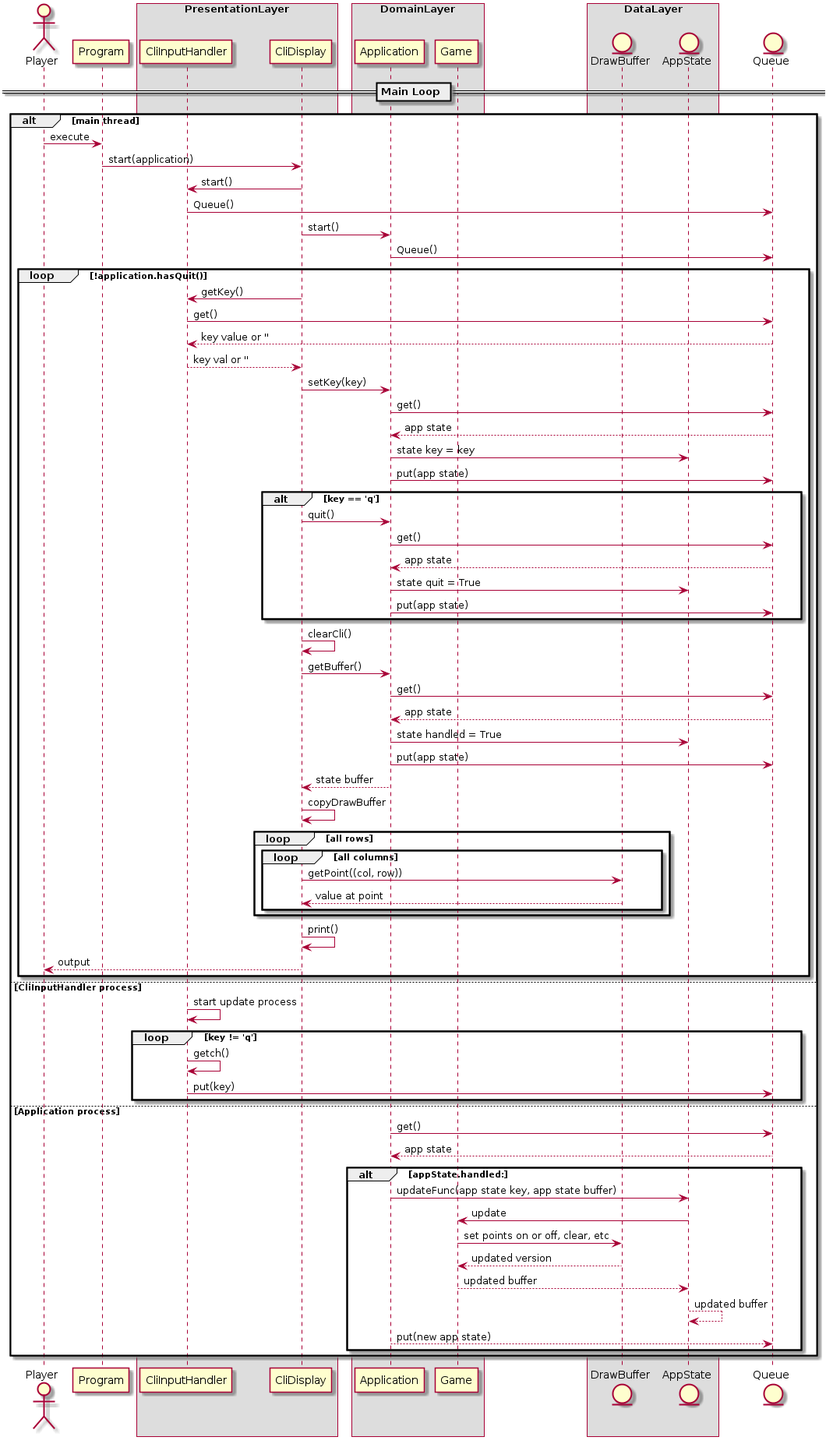
blueOkiris/EmbeddedLinuxClass keeps this PlantUML diagram as hw01/docs/etch-a-sketch-seq.png. Above is the earlier version.
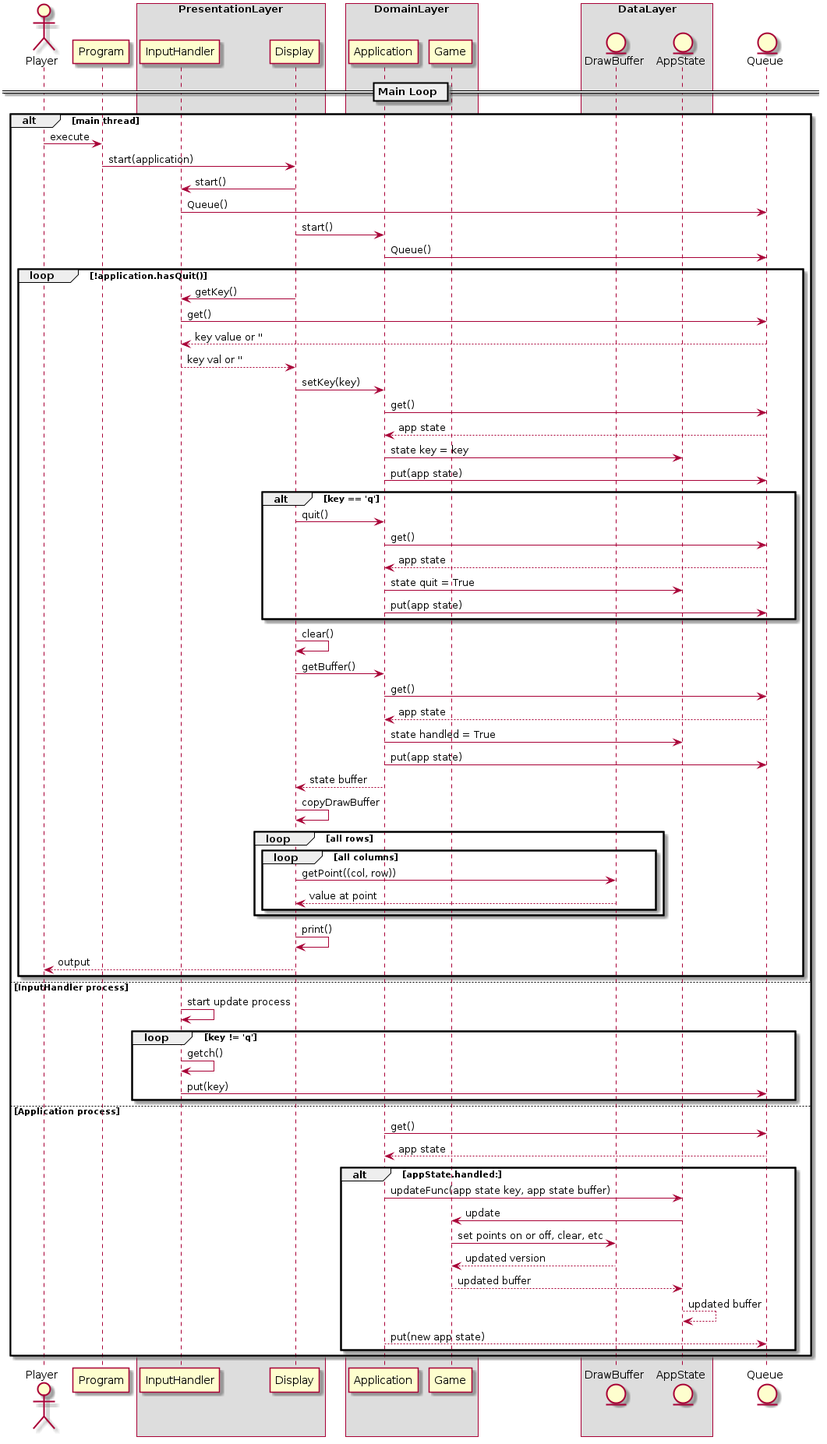
Later version of the same file.

Commit message:
Modified clidisplay and cliinputhandler to be 'implementing an interface' for display and inputhandler

Change to the diagram source:
```diff
@@ -5,8 +5,8 @@
 participant Program
 
 box PresentationLayer
-participant CliInputHandler
-participant CliDisplay
+participant InputHandler
+participant Display
 end box
 
 box DomainLayer
@@ -26,61 +26,61 @@
 alt main thread
 
 Player -> Program : execute
-Program -> CliDisplay : start(application)
-CliDisplay -> CliInputHandler : start()
-CliInputHandler -> Queue : Queue()
-CliDisplay -> Application : start()
+Program -> Display : start(application)
+Display -> InputHandler : start()
+InputHandler -> Queue : Queue()
+Display -> Application : start()
 Application -> Queue : Queue()
 
 loop !application.hasQuit()
 
-CliDisplay -> CliInputHandler : getKey()
-CliInputHandler -> Queue : get()
-Queue --> CliInputHandler : key value or ''
-CliInputHandler --> CliDisplay : key val or ''
-CliDisplay -> Application : setKey(key)
+Display -> InputHandler : getKey()
+InputHandler -> Queue : get()
+Queue --> InputHandler : key value or ''
+InputHandler --> Display : key val or ''
+Display -> Application : setKey(key)
 Application -> Queue : get()
 Queue --> Application : app state
 Application -> AppState : state key = key
 Application -> Queue : put(app state)
 
 alt key == 'q'
-CliDisplay -> Application : quit()
+Display -> Application : quit()
 Application -> Queue : get()
 Queue --> Application : app state
 Application -> AppState : state quit = True
 Application -> Queue : put(app state)
 end
 
-CliDisplay -> CliDisplay : clearCli()
-CliDisplay -> Application : getBuffer()
+Display -> Display : clear()
+Display -> Application : getBuffer()
 Application -> Queue : get()
 Queue --> Application : app state
 Application -> AppState : state handled = True
 Application -> Queue : put(app state)
-Application --> CliDisplay : state buffer
-CliDisplay -> CliDisplay : copyDrawBuffer
+Application --> Display : state buffer
+Display -> Display : copyDrawBuffer
 
 loop all rows
 loop all columns
-CliDisplay -> DrawBuffer : getPoint((col, row))
-DrawBuffer --> CliDisplay : value at point
+Display -> DrawBuffer : getPoint((col, row))
+DrawBuffer --> Display : value at point
 end
 end
 
-CliDisplay -> CliDisplay : print()
-CliDisplay --> Player : output
+Display -> Display : print()
+Display --> Player : output
 
 end
 
-else CliInputHandler process
+else InputHandler process
 
-CliInputHandler -> CliInputHandler : start update process
+InputHandler -> InputHandler : start update process
 
 loop key != 'q'
 
-CliInputHandler -> CliInputHandler : getch()
-CliInputHandler -> Queue : put(key)
+InputHandler -> InputHandler : getch()
+InputHandler -> Queue : put(key)
 
 end
 
```
